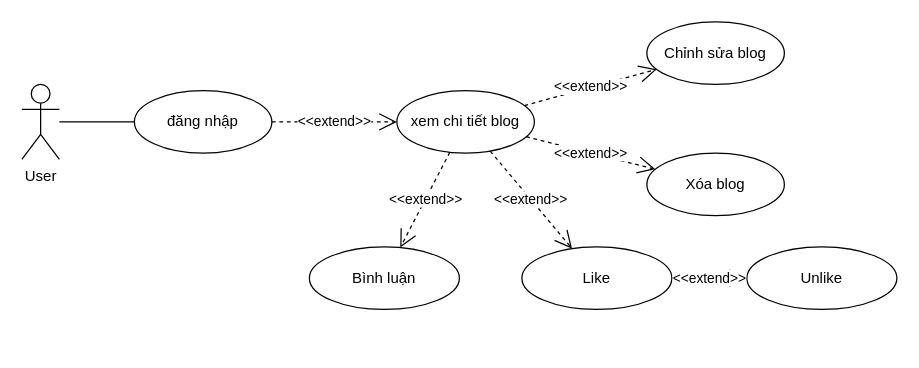
This is BlogProject/BlogProject/Taoblog.drawio from TranThanhHoang123/Blog, a draw.io file, before an edit. Source tidied: cells renumbered, new cells numbered last; positions are measured from the earlier drawing's top-left corner, leaving out a move shared by most shapes. Both pictures are drawn from the tidied source at 125%, with x=0, y=0 at pixel (21, 21).
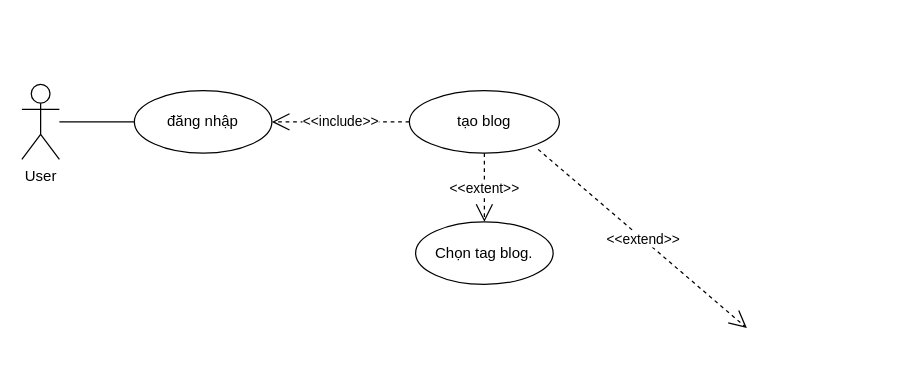
The same page after the edit.

Change to the diagram source:
```diff
@@
 <mxGraphModel>
   <root>
     <mxCell id="0" />
     <mxCell id="1" parent="0" />
     <mxCell id="2" value="User" style="shape=umlActor;verticalLabelPosition=bottom;verticalAlign=top;html=1;outlineConnect=0;" parent="1" vertex="1">
       <mxGeometry y="50" width="30" height="60" as="geometry" />
     </mxCell>
     <mxCell id="3" value="đăng nhập" style="ellipse;whiteSpace=wrap;html=1;" parent="1" vertex="1">
       <mxGeometry x="90" y="55" width="110" height="50" as="geometry" />
     </mxCell>
-    <mxCell id="4" value="Chỉnh sửa blog" style="ellipse;whiteSpace=wrap;html=1;" parent="1" vertex="1">
-      <mxGeometry x="500" width="110" height="50" as="geometry" />
-    </mxCell>
-    <mxCell id="5" value="Xóa blog" style="ellipse;whiteSpace=wrap;html=1;" parent="1" vertex="1">
-      <mxGeometry x="500" y="105" width="110" height="50" as="geometry" />
-    </mxCell>
     <mxCell id="6" style="endArrow=none;html=1;rounded=0;" parent="1" edge="1" source="2" target="3">
       <mxGeometry relative="1" as="geometry" />
     </mxCell>
-    <mxCell id="7" value="&amp;lt;&amp;lt;extend&amp;gt;&amp;gt;" style="endArrow=open;endSize=12;dashed=1;html=1;rounded=0;strokeColor=default;align=center;verticalAlign=middle;fontFamily=Helvetica;fontSize=11;fontColor=default;labelBackgroundColor=default;edgeStyle=none;" parent="1" edge="1" source="9" target="4">
-      <mxGeometry relative="1" as="geometry" />
-    </mxCell>
-    <mxCell id="8" value="&amp;lt;&amp;lt;extend&amp;gt;&amp;gt;" style="endArrow=open;endSize=12;dashed=1;html=1;rounded=0;strokeColor=default;align=center;verticalAlign=middle;fontFamily=Helvetica;fontSize=11;fontColor=default;labelBackgroundColor=default;edgeStyle=none;" parent="1" edge="1" source="9" target="5">
-      <mxGeometry relative="1" as="geometry" />
-    </mxCell>
-    <mxCell id="9" value="xem chi tiết blog" style="ellipse;whiteSpace=wrap;html=1;" parent="1" vertex="1">
-      <mxGeometry x="300" y="55" width="110" height="50" as="geometry" />
+    <mxCell id="9" value="tạo blog" style="ellipse;whiteSpace=wrap;html=1;" parent="1" vertex="1">
+      <mxGeometry x="310" y="55" width="120" height="50" as="geometry" />
     </mxCell>
-    <mxCell id="10" value="&amp;lt;&amp;lt;extend&amp;gt;&amp;gt;" style="endArrow=open;endSize=12;dashed=1;html=1;rounded=0;strokeColor=default;align=center;verticalAlign=middle;fontFamily=Helvetica;fontSize=11;fontColor=default;labelBackgroundColor=default;edgeStyle=none;" parent="1" edge="1" source="3" target="9">
+    <mxCell id="10" value="&amp;lt;&amp;lt;include&amp;gt;&amp;gt;" style="endArrow=open;endSize=12;dashed=1;html=1;rounded=0;strokeColor=default;align=center;verticalAlign=middle;fontFamily=Helvetica;fontSize=11;fontColor=default;labelBackgroundColor=default;edgeStyle=none;" parent="1" edge="1" source="9" target="3">
       <mxGeometry relative="1" as="geometry" />
     </mxCell>
-    <mxCell id="11" value="Like" style="ellipse;whiteSpace=wrap;html=1;" parent="1" vertex="1">
-      <mxGeometry x="400" y="180" width="120" height="50" as="geometry" />
-    </mxCell>
-    <mxCell id="12" value="Unlike" style="ellipse;whiteSpace=wrap;html=1;" parent="1" vertex="1">
-      <mxGeometry x="580" y="180" width="120" height="50" as="geometry" />
-    </mxCell>
-    <mxCell id="13" value="&amp;lt;&amp;lt;extend&amp;gt;&amp;gt;" style="endArrow=open;endSize=12;dashed=1;html=1;rounded=0;strokeColor=default;align=center;verticalAlign=middle;fontFamily=Helvetica;fontSize=11;fontColor=default;labelBackgroundColor=default;edgeStyle=none;" parent="1" edge="1" source="11" target="12">
-      <mxGeometry relative="1" as="geometry" />
+    <mxCell id="13" value="&amp;lt;&amp;lt;extend&amp;gt;&amp;gt;" style="endArrow=open;endSize=12;dashed=1;html=1;rounded=0;strokeColor=default;align=center;verticalAlign=middle;fontFamily=Helvetica;fontSize=11;fontColor=default;labelBackgroundColor=default;edgeStyle=none;" parent="1" edge="1">
+      <mxGeometry relative="1" as="geometry">
+        <mxPoint x="413" y="102" as="sourcePoint" />
+        <mxPoint x="580" y="245" as="targetPoint" />
+      </mxGeometry>
     </mxCell>
-    <mxCell id="14" value="&amp;lt;&amp;lt;extend&amp;gt;&amp;gt;" style="endArrow=open;endSize=12;dashed=1;html=1;rounded=0;strokeColor=default;align=center;verticalAlign=middle;fontFamily=Helvetica;fontSize=11;fontColor=default;labelBackgroundColor=default;edgeStyle=none;" parent="1" edge="1" source="9" target="11">
-      <mxGeometry relative="1" as="geometry" />
-    </mxCell>
-    <mxCell id="15" value="Bình luận" style="ellipse;whiteSpace=wrap;html=1;" parent="1" vertex="1">
-      <mxGeometry x="230" y="180" width="120" height="50" as="geometry" />
-    </mxCell>
-    <mxCell id="16" value="&amp;lt;&amp;lt;extend&amp;gt;&amp;gt;" style="endArrow=open;endSize=12;dashed=1;html=1;rounded=0;strokeColor=default;align=center;verticalAlign=middle;fontFamily=Helvetica;fontSize=11;fontColor=default;labelBackgroundColor=default;edgeStyle=none;" parent="1" edge="1" source="9" target="15">
-      <mxGeometry relative="1" as="geometry" />
-    </mxCell>
+    <mxCell id="17" value="Chọn tag blog." style="ellipse;whiteSpace=wrap;html=1;" parent="1" vertex="1">
+      <mxGeometry x="315" y="160" width="110" height="50" as="geometry" />
+    </mxCell>
+    <mxCell id="18" value="&amp;lt;&amp;lt;extent&amp;gt;&amp;gt;" style="endArrow=open;endSize=12;dashed=1;html=1;rounded=0;strokeColor=default;align=center;verticalAlign=middle;fontFamily=Helvetica;fontSize=11;fontColor=default;labelBackgroundColor=default;edgeStyle=none;" parent="1" edge="1" source="9" target="17">
+      <mxGeometry relative="1" as="geometry" />
+    </mxCell>
   </root>
 </mxGraphModel>
```
